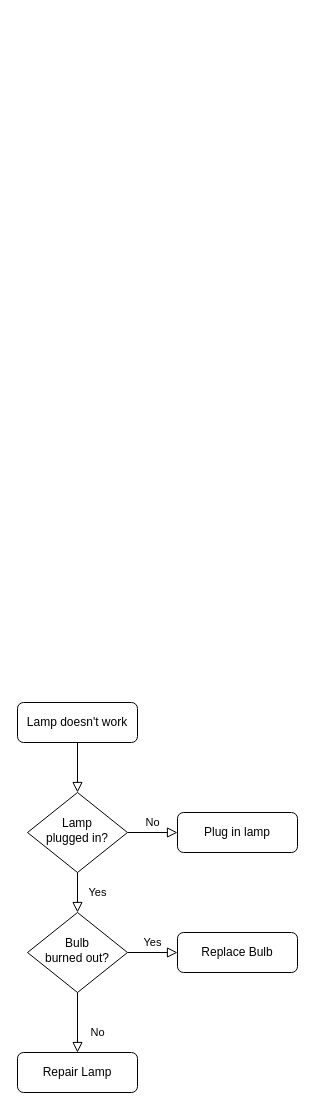
Before: 足球流程图.drawio in cainiaoup/ws_diagrams, a draw.io diagram. Source tidied: cells renumbered, new cells numbered last; positions are measured from the earlier drawing's top-left corner, leaving out a move shared by most shapes. Both pictures are drawn from the tidied source at 100%, with x=0, y=0 at pixel (17, 702).
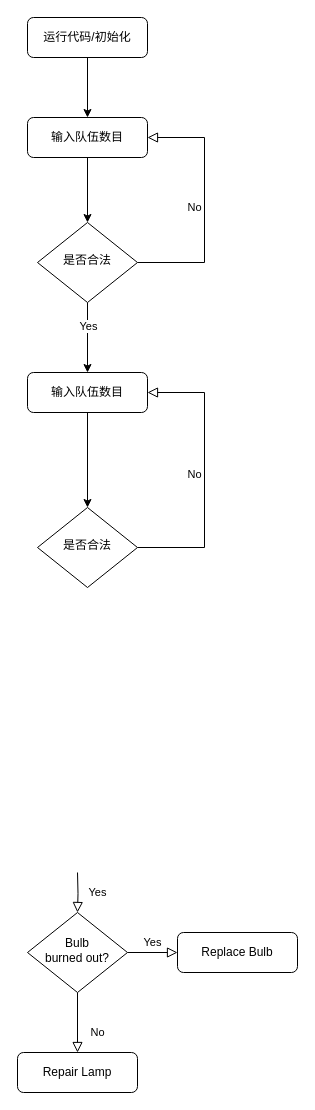
The same diagram, later.

Commit message (it also covers changes not shown here):
更新足球流程图.drawio

Unchanged cells that the change refers to:
```xml
<mxCell id="10" value="Bulb&lt;br&gt;burned out?" style="rhombus;whiteSpace=wrap;html=1;shadow=0;fontFamily=Helvetica;fontSize=12;align=center;strokeWidth=1;spacing=6;spacingTop=-4;" parent="1" vertex="1">
  <mxGeometry x="10" y="210" width="100" height="80" as="geometry" />
</mxCell>
```

What changed in the source:
```diff
@@
-    <mxCell id="2" style="rounded=0;html=1;jettySize=auto;fontSize=11;endArrow=block;endFill=0;endSize=8;strokeWidth=1;shadow=0;labelBackgroundColor=none;edgeStyle=orthogonalEdgeStyle;" parent="1" edge="1" source="3" target="6">
-      <mxGeometry relative="1" as="geometry" />
-    </mxCell>
+    <mxCell id="13" style="edgeStyle=orthogonalEdgeStyle;rounded=0;jettySize=auto;html=1;" parent="1" edge="1" source="3" target="17">
+      <mxGeometry relative="1" as="geometry" />
+    </mxCell>
-    <mxCell id="3" value="Lamp doesn't work" style="rounded=1;whiteSpace=wrap;html=1;fontSize=12;glass=0;strokeWidth=1;shadow=0;" parent="1" vertex="1">
-      <mxGeometry width="120" height="40" as="geometry" />
+    <mxCell id="3" value="运行代码/初始化" style="rounded=1;whiteSpace=wrap;html=1;fontSize=12;glass=0;strokeWidth=1;shadow=0;" parent="1" vertex="1">
+      <mxGeometry x="10" y="-685" width="120" height="40" as="geometry" />
     </mxCell>
-    <mxCell id="4" value="Yes" style="rounded=0;html=1;jettySize=auto;fontSize=11;endArrow=block;endFill=0;endSize=8;strokeWidth=1;shadow=0;labelBackgroundColor=none;edgeStyle=orthogonalEdgeStyle;" parent="1" edge="1" source="6" target="10">
-      <mxGeometry y="20" relative="1" as="geometry" />
+    <mxCell id="4" value="Yes" style="rounded=0;html=1;jettySize=auto;fontSize=11;endArrow=block;endFill=0;endSize=8;strokeWidth=1;shadow=0;labelBackgroundColor=none;edgeStyle=orthogonalEdgeStyle;" parent="1" edge="1" target="10">
+      <mxGeometry y="20" relative="1" as="geometry">
+        <mxPoint x="60" y="170" as="sourcePoint" />
+      </mxGeometry>
     </mxCell>
-    <mxCell id="5" value="No" style="edgeStyle=orthogonalEdgeStyle;rounded=0;html=1;jettySize=auto;fontSize=11;endArrow=block;endFill=0;endSize=8;strokeWidth=1;shadow=0;labelBackgroundColor=none;" parent="1" edge="1" source="6" target="7">
-      <mxGeometry y="10" relative="1" as="geometry" />
+    <mxCell id="5" value="No" style="edgeStyle=orthogonalEdgeStyle;rounded=0;html=1;jettySize=auto;fontSize=11;endArrow=block;endFill=0;endSize=8;strokeWidth=1;shadow=0;labelBackgroundColor=none;entryX=1;entryY=0.5;entryDx=0;entryDy=0;" parent="1" edge="1" source="6" target="17">
+      <mxGeometry x="-0.02" y="10" relative="1" as="geometry">
+        <Array as="points">
+          <mxPoint x="187" y="-440" />
+          <mxPoint x="187" y="-565" />
+        </Array>
+      </mxGeometry>
     </mxCell>
+    <mxCell id="14" style="edgeStyle=orthogonalEdgeStyle;rounded=0;jettySize=auto;html=1;" parent="1" edge="1" source="6" target="21">
+      <mxGeometry relative="1" as="geometry" />
+    </mxCell>
+    <mxCell id="15" value="Yes&lt;br&gt;" style="edgeLabel;html=1;align=center;verticalAlign=middle;" parent="14" vertex="1">
+      <mxGeometry x="-0.35" relative="1" as="geometry" />
+    </mxCell>
-    <mxCell id="6" value="Lamp&lt;br&gt;plugged in?" style="rhombus;whiteSpace=wrap;html=1;shadow=0;fontFamily=Helvetica;fontSize=12;align=center;strokeWidth=1;spacing=6;spacingTop=-4;" parent="1" vertex="1">
-      <mxGeometry x="10" y="90" width="100" height="80" as="geometry" />
+    <mxCell id="6" value="是否合法" style="rhombus;whiteSpace=wrap;html=1;shadow=0;fontFamily=Helvetica;fontSize=12;align=center;strokeWidth=1;spacing=6;spacingTop=-4;" parent="1" vertex="1">
+      <mxGeometry x="20" y="-480" width="100" height="80" as="geometry" />
     </mxCell>
-    <mxCell id="7" value="Plug in lamp" style="rounded=1;whiteSpace=wrap;html=1;fontSize=12;glass=0;strokeWidth=1;shadow=0;" parent="1" vertex="1">
-      <mxGeometry x="160" y="110" width="120" height="40" as="geometry" />
-    </mxCell>
@@
+    <mxCell id="16" style="edgeStyle=orthogonalEdgeStyle;rounded=0;jettySize=auto;html=1;" parent="1" edge="1" source="17" target="6">
+      <mxGeometry relative="1" as="geometry" />
+    </mxCell>
+    <mxCell id="17" value="输入队伍数目" style="rounded=1;whiteSpace=wrap;html=1;fontSize=12;glass=0;strokeWidth=1;shadow=0;" parent="1" vertex="1">
+      <mxGeometry x="10" y="-585" width="120" height="40" as="geometry" />
+    </mxCell>
+    <mxCell id="18" value="No" style="edgeStyle=orthogonalEdgeStyle;rounded=0;html=1;jettySize=auto;fontSize=11;endArrow=block;endFill=0;endSize=8;strokeWidth=1;shadow=0;labelBackgroundColor=none;entryX=1;entryY=0.5;entryDx=0;entryDy=0;" parent="1" edge="1" source="19" target="21">
+      <mxGeometry y="10" relative="1" as="geometry">
+        <Array as="points">
+          <mxPoint x="187" y="-155" />
+          <mxPoint x="187" y="-310" />
+        </Array>
+      </mxGeometry>
+    </mxCell>
+    <mxCell id="19" value="是否合法" style="rhombus;whiteSpace=wrap;html=1;shadow=0;fontFamily=Helvetica;fontSize=12;align=center;strokeWidth=1;spacing=6;spacingTop=-4;" parent="1" vertex="1">
+      <mxGeometry x="20" y="-195" width="100" height="80" as="geometry" />
+    </mxCell>
+    <mxCell id="20" style="edgeStyle=orthogonalEdgeStyle;rounded=0;jettySize=auto;html=1;" parent="1" edge="1" source="21" target="19">
+      <mxGeometry relative="1" as="geometry" />
+    </mxCell>
+    <mxCell id="21" value="输入队伍数目" style="rounded=1;whiteSpace=wrap;html=1;fontSize=12;glass=0;strokeWidth=1;shadow=0;" parent="1" vertex="1">
+      <mxGeometry x="10" y="-330" width="120" height="40" as="geometry" />
+    </mxCell>
```
